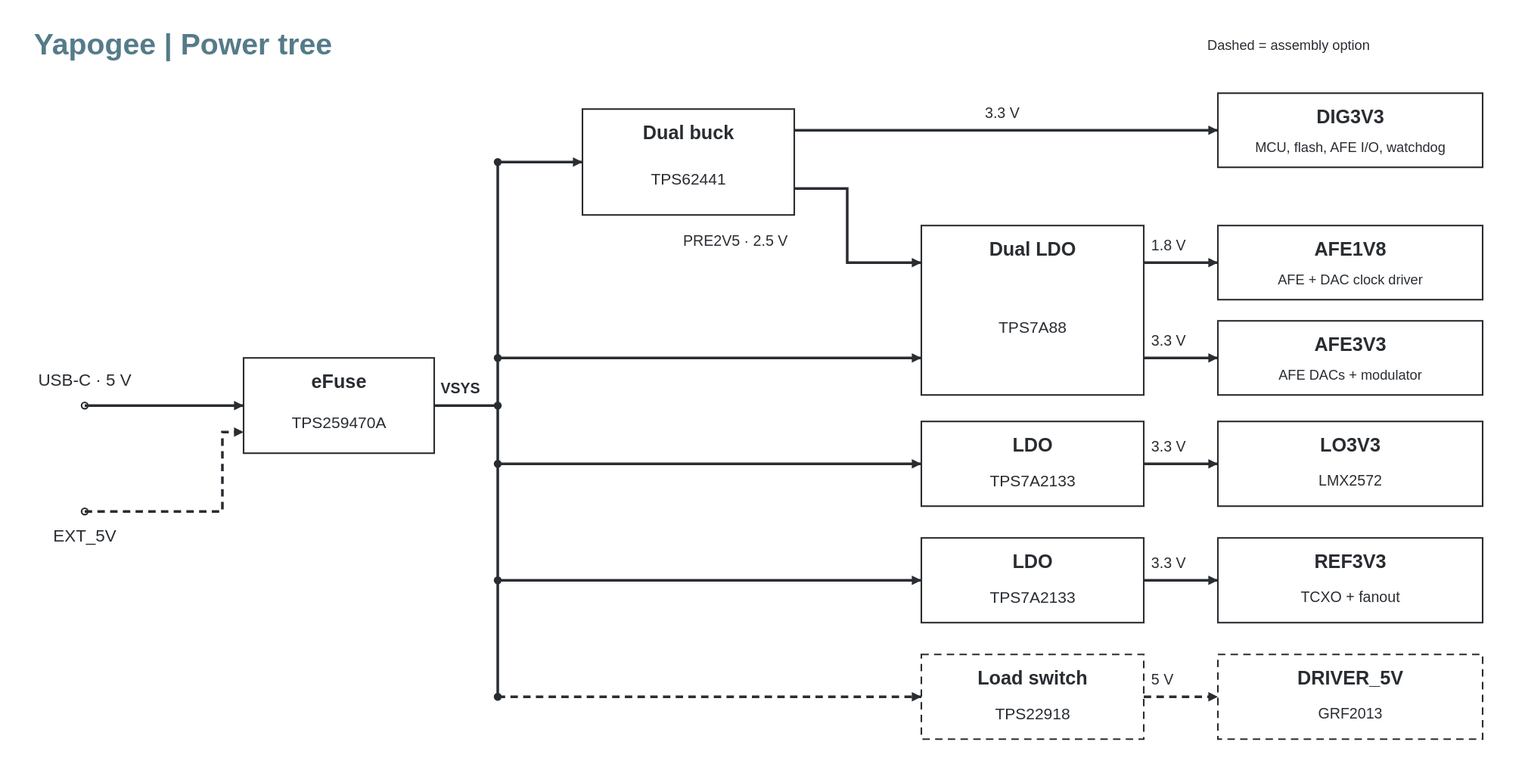
Earlier version of the draw.io export hardware/devboard/architecture/power-interfaces.svg (Rivercraft911/yapogee). Source tidied: cells renumbered, new cells last; positions are measured from the earlier drawing's top-left corner, leaving out a move shared by most shapes.
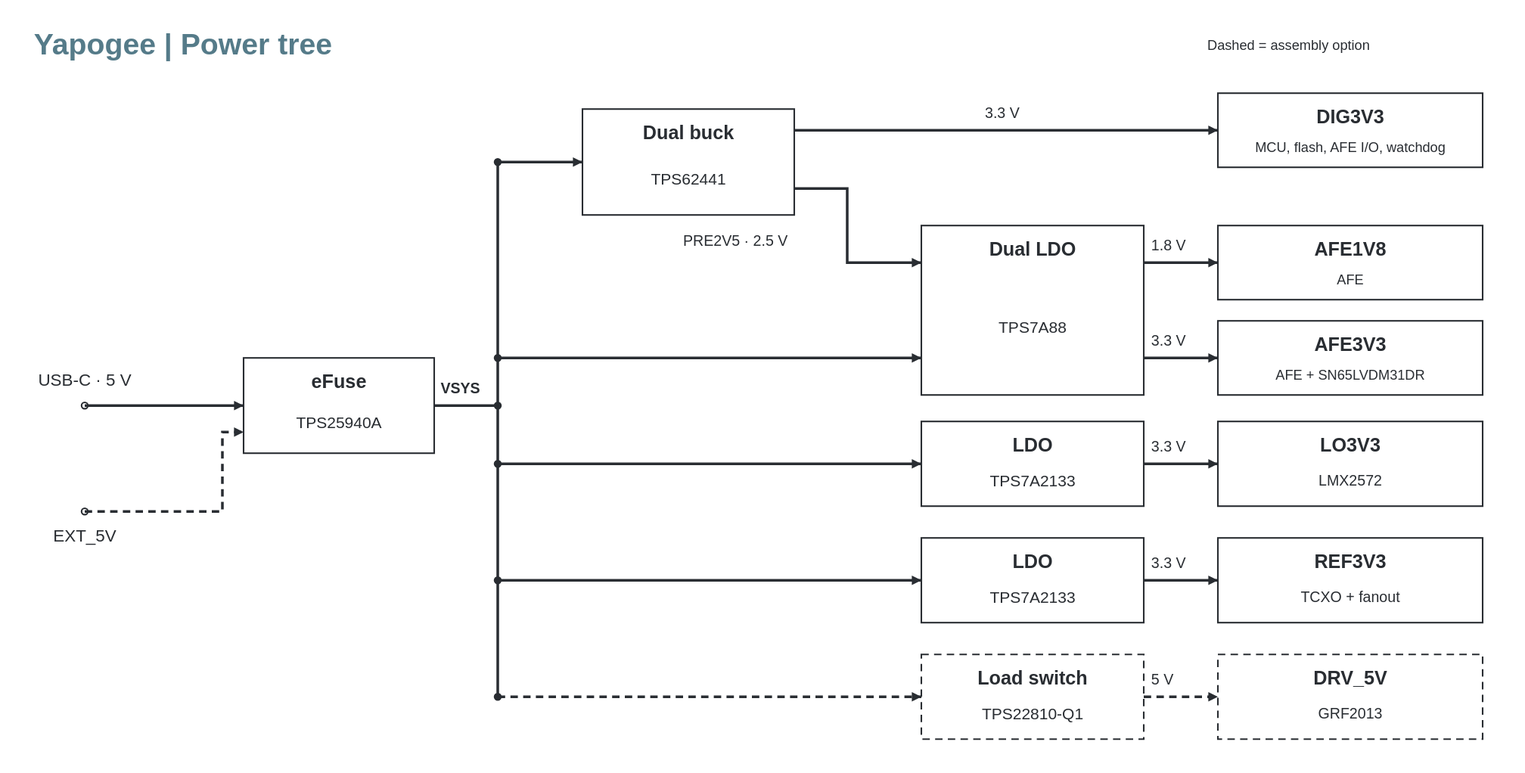
Above is the later version.

Diff of the diagram source:
```diff
@@ -29,7 +29,7 @@
     <mxCell id="10" value="eFuse" style="text;html=0;whiteSpace=wrap;overflow=hidden;rounded=0;fillColor=none;strokeColor=none;fontFamily=Arial;fontSize=18;fontColor=#292d32;fontStyle=1;align=center;verticalAlign=middle;spacing=0;" parent="8" vertex="1">
       <mxGeometry x="10" y="10" width="160" height="25" as="geometry" />
     </mxCell>
-    <mxCell id="11" value="TPS259470A" style="text;html=0;whiteSpace=wrap;overflow=hidden;rounded=0;fillColor=none;strokeColor=none;fontFamily=Arial;fontSize=15;fontColor=#292d32;fontStyle=0;align=center;verticalAlign=middle;spacing=0;" parent="8" vertex="1">
+    <mxCell id="11" value="TPS25940A" style="text;html=0;whiteSpace=wrap;overflow=hidden;rounded=0;fillColor=none;strokeColor=none;fontFamily=Arial;fontSize=15;fontColor=#292d32;fontStyle=0;align=center;verticalAlign=middle;spacing=0;" parent="8" vertex="1">
       <mxGeometry x="12" y="42" width="156" height="38" as="geometry" />
     </mxCell>
     <mxCell id="12" style="edgeStyle=none;jettySize=0;rounded=0;html=0;strokeColor=#292d32;strokeWidth=2.5;endArrow=block;endSize=9;endFill=1;startArrow=none;dashed=0;exitX=0.5;exitY=0.5;exitPerimeter=0;entryX=0;entryY=0.5;entryPerimeter=0;" parent="1" edge="1" source="4" target="8">
@@ -138,7 +138,7 @@
     <mxCell id="40" value="AFE1V8" style="text;html=0;whiteSpace=wrap;overflow=hidden;rounded=0;fillColor=none;strokeColor=none;fontFamily=Arial;fontSize=18;fontColor=#292d32;fontStyle=1;align=center;verticalAlign=middle;spacing=0;" parent="38" vertex="1">
       <mxGeometry x="10" y="10" width="230" height="25" as="geometry" />
     </mxCell>
-    <mxCell id="41" value="AFE + DAC clock driver" style="text;html=0;whiteSpace=wrap;overflow=hidden;rounded=0;fillColor=none;strokeColor=none;fontFamily=Arial;fontSize=13;fontColor=#292d32;fontStyle=0;align=center;verticalAlign=middle;spacing=0;" parent="38" vertex="1">
+    <mxCell id="41" value="AFE" style="text;html=0;whiteSpace=wrap;overflow=hidden;rounded=0;fillColor=none;strokeColor=none;fontFamily=Arial;fontSize=13;fontColor=#292d32;fontStyle=0;align=center;verticalAlign=middle;spacing=0;" parent="38" vertex="1">
       <mxGeometry x="12" y="42" width="226" height="18" as="geometry" />
     </mxCell>
     <mxCell id="42" style="edgeStyle=none;jettySize=0;rounded=0;html=0;strokeColor=#292d32;strokeWidth=2.5;endArrow=block;endSize=9;endFill=1;startArrow=none;dashed=0;exitX=1;exitY=0.2188;exitPerimeter=0;entryX=0;entryY=0.5;entryPerimeter=0;" parent="1" edge="1" source="30" target="38">
@@ -156,7 +156,7 @@
     <mxCell id="46" value="AFE3V3" style="text;html=0;whiteSpace=wrap;overflow=hidden;rounded=0;fillColor=none;strokeColor=none;fontFamily=Arial;fontSize=18;fontColor=#292d32;fontStyle=1;align=center;verticalAlign=middle;spacing=0;" parent="44" vertex="1">
       <mxGeometry x="10" y="10" width="230" height="25" as="geometry" />
     </mxCell>
-    <mxCell id="47" value="AFE DACs + modulator" style="text;html=0;whiteSpace=wrap;overflow=hidden;rounded=0;fillColor=none;strokeColor=none;fontFamily=Arial;fontSize=13;fontColor=#292d32;fontStyle=0;align=center;verticalAlign=middle;spacing=0;" parent="44" vertex="1">
+    <mxCell id="47" value="AFE + SN65LVDM31DR" style="text;html=0;whiteSpace=wrap;overflow=hidden;rounded=0;fillColor=none;strokeColor=none;fontFamily=Arial;fontSize=13;fontColor=#292d32;fontStyle=0;align=center;verticalAlign=middle;spacing=0;" parent="44" vertex="1">
       <mxGeometry x="12" y="42" width="226" height="18" as="geometry" />
     </mxCell>
     <mxCell id="48" style="edgeStyle=none;jettySize=0;rounded=0;html=0;strokeColor=#292d32;strokeWidth=2.5;endArrow=block;endSize=9;endFill=1;startArrow=none;dashed=0;exitX=1;exitY=0.7812;exitPerimeter=0;entryX=0;entryY=0.5;entryPerimeter=0;" parent="1" edge="1" source="30" target="44">
@@ -250,7 +250,7 @@
     <mxCell id="76" value="Load switch" style="text;html=0;whiteSpace=wrap;overflow=hidden;rounded=0;fillColor=none;strokeColor=none;fontFamily=Arial;fontSize=18;fontColor=#292d32;fontStyle=1;align=center;verticalAlign=middle;spacing=0;" parent="74" vertex="1">
       <mxGeometry x="10" y="10" width="190" height="25" as="geometry" />
     </mxCell>
-    <mxCell id="77" value="TPS22918" style="text;html=0;whiteSpace=wrap;overflow=hidden;rounded=0;fillColor=none;strokeColor=none;fontFamily=Arial;fontSize=15;fontColor=#292d32;fontStyle=0;align=center;verticalAlign=middle;spacing=0;" parent="74" vertex="1">
+    <mxCell id="77" value="TPS22810-Q1" style="text;html=0;whiteSpace=wrap;overflow=hidden;rounded=0;fillColor=none;strokeColor=none;fontFamily=Arial;fontSize=15;fontColor=#292d32;fontStyle=0;align=center;verticalAlign=middle;spacing=0;" parent="74" vertex="1">
       <mxGeometry x="12" y="42" width="186" height="28" as="geometry" />
     </mxCell>
     <mxCell id="78" style="group;html=0;" parent="1" vertex="1">
@@ -259,7 +259,7 @@
     <mxCell id="79" style="rounded=0;html=0;fillColor=white;strokeColor=#292d32;strokeWidth=1.5;dashed=1;" parent="78" vertex="1">
       <mxGeometry width="250" height="80" as="geometry" />
     </mxCell>
-    <mxCell id="80" value="DRIVER_5V" style="text;html=0;whiteSpace=wrap;overflow=hidden;rounded=0;fillColor=none;strokeColor=none;fontFamily=Arial;fontSize=18;fontColor=#292d32;fontStyle=1;align=center;verticalAlign=middle;spacing=0;" parent="78" vertex="1">
+    <mxCell id="80" value="DRV_5V" style="text;html=0;whiteSpace=wrap;overflow=hidden;rounded=0;fillColor=none;strokeColor=none;fontFamily=Arial;fontSize=18;fontColor=#292d32;fontStyle=1;align=center;verticalAlign=middle;spacing=0;" parent="78" vertex="1">
       <mxGeometry x="10" y="10" width="230" height="25" as="geometry" />
     </mxCell>
     <mxCell id="81" value="GRF2013" style="text;html=0;whiteSpace=wrap;overflow=hidden;rounded=0;fillColor=none;strokeColor=none;fontFamily=Arial;fontSize=14;fontColor=#292d32;fontStyle=0;align=center;verticalAlign=middle;spacing=0;" parent="78" vertex="1">
```
